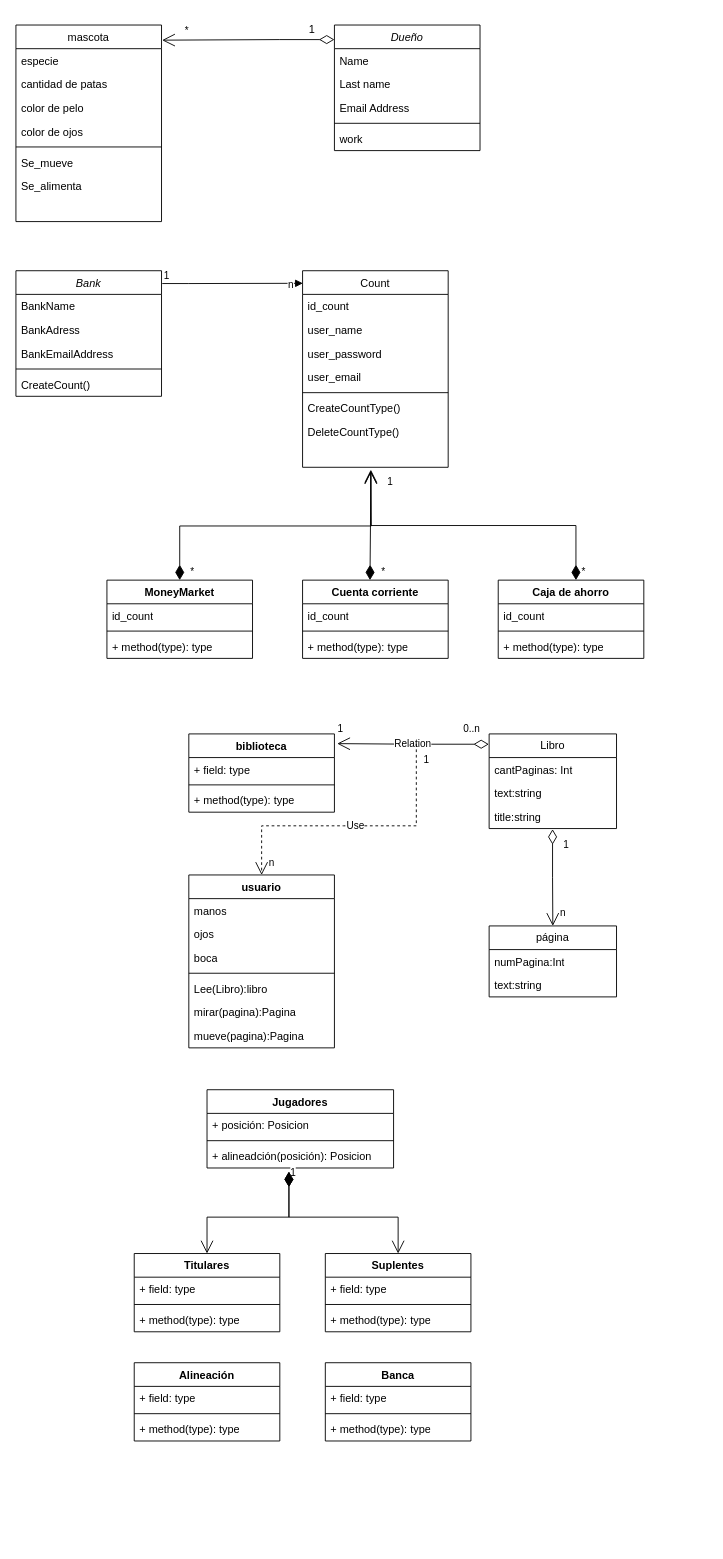
JonathanUrquiza/DER keeps this draw.io diagram as Diagrama de clases.drawio. Above is the earlier version. Source tidied: cells renumbered, new cells numbered last; positions are measured from the earlier drawing's top-left corner, leaving out a move shared by most shapes. Both pictures are drawn from the tidied source at 91%, with x=0, y=0 at pixel (15, 15).
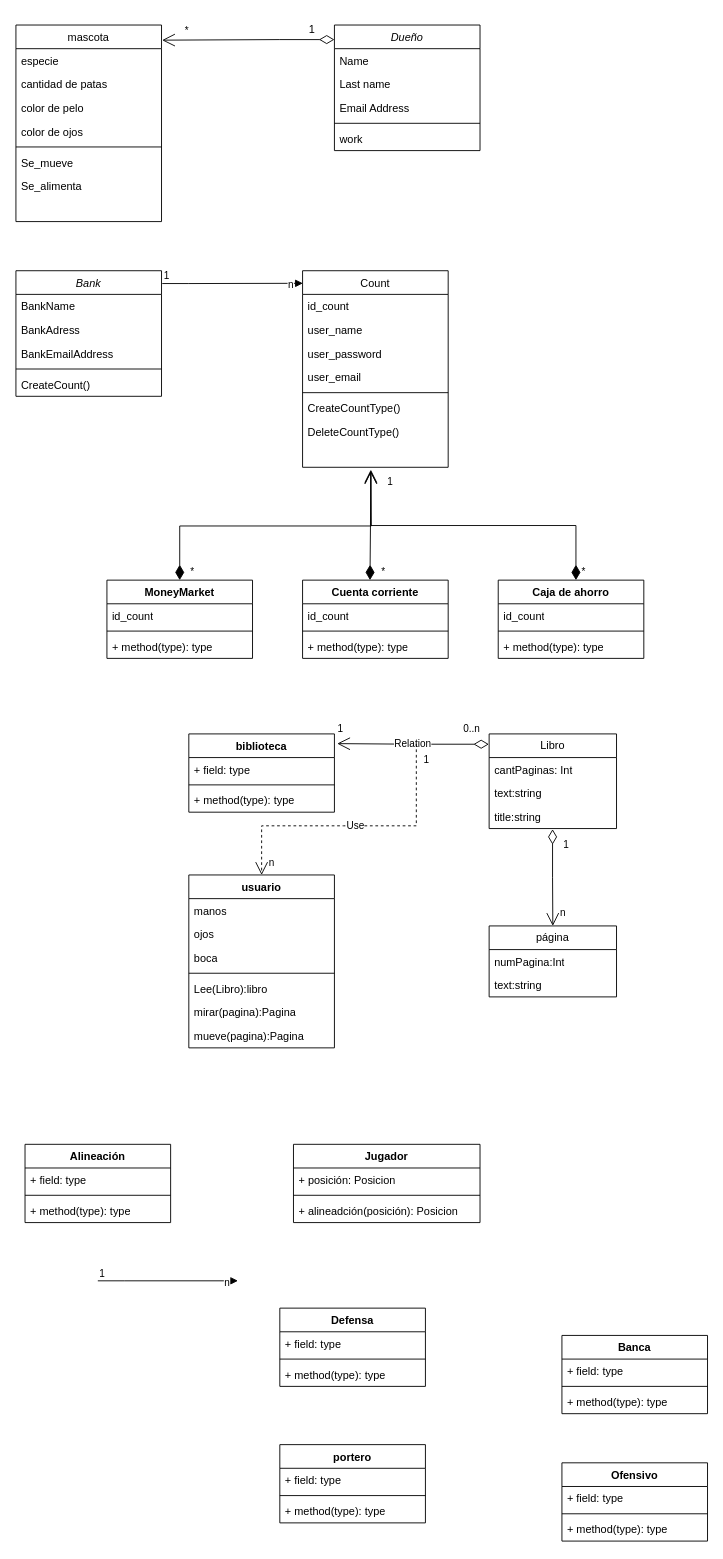
Above is the later version.

Diff of the diagram source:
```diff
@@
-    <mxCell id="78" value="Titulares" style="swimlane;fontStyle=1;align=center;verticalAlign=top;horizontal=1;startSize=26;whiteSpace=wrap;html=1;" parent="1" vertex="1">
-      <mxGeometry x="130" y="1360" width="160" height="86" as="geometry" />
+    <mxCell id="78" value="Defensa" style="swimlane;fontStyle=1;align=center;verticalAlign=top;horizontal=1;startSize=26;whiteSpace=wrap;html=1;" parent="1" vertex="1">
+      <mxGeometry x="290" y="1420" width="160" height="86" as="geometry" />
     </mxCell>
@@
-    <mxCell id="82" value="Suplentes" style="swimlane;fontStyle=1;align=center;verticalAlign=top;horizontal=1;startSize=26;whiteSpace=wrap;html=1;" parent="1" vertex="1">
-      <mxGeometry x="340" y="1360" width="160" height="86" as="geometry" />
+    <mxCell id="82" value="portero" style="swimlane;fontStyle=1;align=center;verticalAlign=top;horizontal=1;startSize=26;whiteSpace=wrap;html=1;" parent="1" vertex="1">
+      <mxGeometry x="290" y="1570" width="160" height="86" as="geometry" />
     </mxCell>
@@
-    <mxCell id="86" value="Jugadores" style="swimlane;fontStyle=1;align=center;verticalAlign=top;horizontal=1;startSize=26;whiteSpace=wrap;html=1;" parent="1" vertex="1">
-      <mxGeometry x="210" y="1180" width="205" height="86" as="geometry" />
+    <mxCell id="86" value="Jugador" style="swimlane;fontStyle=1;align=center;verticalAlign=top;horizontal=1;startSize=26;whiteSpace=wrap;html=1;" parent="1" vertex="1">
+      <mxGeometry x="305" y="1240" width="205" height="86" as="geometry" />
     </mxCell>
@@
-    <mxCell id="90" value="1" style="endArrow=open;html=1;endSize=12;startArrow=diamondThin;startSize=14;startFill=1;edgeStyle=orthogonalEdgeStyle;align=left;verticalAlign=bottom;rounded=0;entryX=0.5;entryY=0;entryDx=0;entryDy=0;" parent="1" edge="1" target="78">
-      <mxGeometry x="-0.89" relative="1" as="geometry">
-        <mxPoint x="300" y="1270" as="sourcePoint" />
-        <Array as="points">
-          <mxPoint x="300" y="1320" />
-          <mxPoint x="210" y="1320" />
-        </Array>
-      </mxGeometry>
-    </mxCell>
-    <mxCell id="91" style="endArrow=open;html=1;endSize=12;startArrow=diamondThin;startSize=14;startFill=1;edgeStyle=orthogonalEdgeStyle;align=left;verticalAlign=bottom;rounded=0;entryX=0.5;entryY=0;entryDx=0;entryDy=0;" parent="1" edge="1" target="82">
-      <mxGeometry x="0.14" y="30" relative="1" as="geometry">
-        <mxPoint x="300" y="1270" as="sourcePoint" />
-        <Array as="points">
-          <mxPoint x="300" y="1320" />
-          <mxPoint x="420" y="1320" />
-        </Array>
-      </mxGeometry>
-    </mxCell>
     <mxCell id="92" value="Alineación" style="swimlane;fontStyle=1;align=center;verticalAlign=top;horizontal=1;startSize=26;whiteSpace=wrap;html=1;" parent="1" vertex="1">
-      <mxGeometry x="130" y="1480" width="160" height="86" as="geometry" />
+      <mxGeometry x="10" y="1240" width="160" height="86" as="geometry" />
     </mxCell>
@@
     <mxCell id="96" value="Banca" style="swimlane;fontStyle=1;align=center;verticalAlign=top;horizontal=1;startSize=26;whiteSpace=wrap;html=1;" parent="1" vertex="1">
-      <mxGeometry x="340" y="1480" width="160" height="86" as="geometry" />
+      <mxGeometry x="600" y="1450" width="160" height="86" as="geometry" />
     </mxCell>
@@
+    <mxCell id="100" value="Ofensivo" style="swimlane;fontStyle=1;align=center;verticalAlign=top;horizontal=1;startSize=26;whiteSpace=wrap;html=1;" parent="1" vertex="1">
+      <mxGeometry x="600" y="1590" width="160" height="86" as="geometry" />
+    </mxCell>
+    <mxCell id="101" value="+ field: type" style="text;strokeColor=none;fillColor=none;align=left;verticalAlign=top;spacingLeft=4;spacingRight=4;overflow=hidden;whiteSpace=wrap;html=1;" parent="100" vertex="1">
+      <mxGeometry y="26" width="160" height="26" as="geometry" />
+    </mxCell>
+    <mxCell id="102" style="line;strokeWidth=1;fillColor=none;align=left;verticalAlign=middle;spacingTop=-1;spacingLeft=3;spacingRight=3;labelPosition=right;strokeColor=inherit;" parent="100" vertex="1">
+      <mxGeometry y="52" width="160" height="8" as="geometry" />
+    </mxCell>
+    <mxCell id="103" value="+ method(type): type" style="text;strokeColor=none;fillColor=none;align=left;verticalAlign=top;spacingLeft=4;spacingRight=4;overflow=hidden;whiteSpace=wrap;html=1;" parent="100" vertex="1">
+      <mxGeometry y="60" width="160" height="26" as="geometry" />
+    </mxCell>
+    <mxCell id="104" style="endArrow=block;endFill=1;html=1;edgeStyle=orthogonalEdgeStyle;align=left;verticalAlign=top;rounded=0;entryX=0.002;entryY=0.064;entryDx=0;entryDy=0;entryPerimeter=0;exitX=1.005;exitY=0.102;exitDx=0;exitDy=0;exitPerimeter=0;" parent="1" edge="1">
+      <mxGeometry x="-1" relative="1" as="geometry">
+        <mxPoint x="90" y="1390" as="sourcePoint" />
+        <mxPoint x="244" y="1390" as="targetPoint" />
+        <Array as="points">
+          <mxPoint x="119" y="1390" />
+        </Array>
+      </mxGeometry>
+    </mxCell>
+    <mxCell id="90" value="1" style="edgeLabel;html=1;align=left;verticalAlign=bottom;" parent="104" vertex="1">
+      <mxGeometry x="-1" relative="1" as="geometry" />
+    </mxCell>
+    <mxCell id="105" value="n" style="edgeLabel;html=1;align=center;verticalAlign=middle;" parent="104" vertex="1">
+      <mxGeometry x="0.83" y="-1" relative="1" as="geometry" />
+    </mxCell>
```
